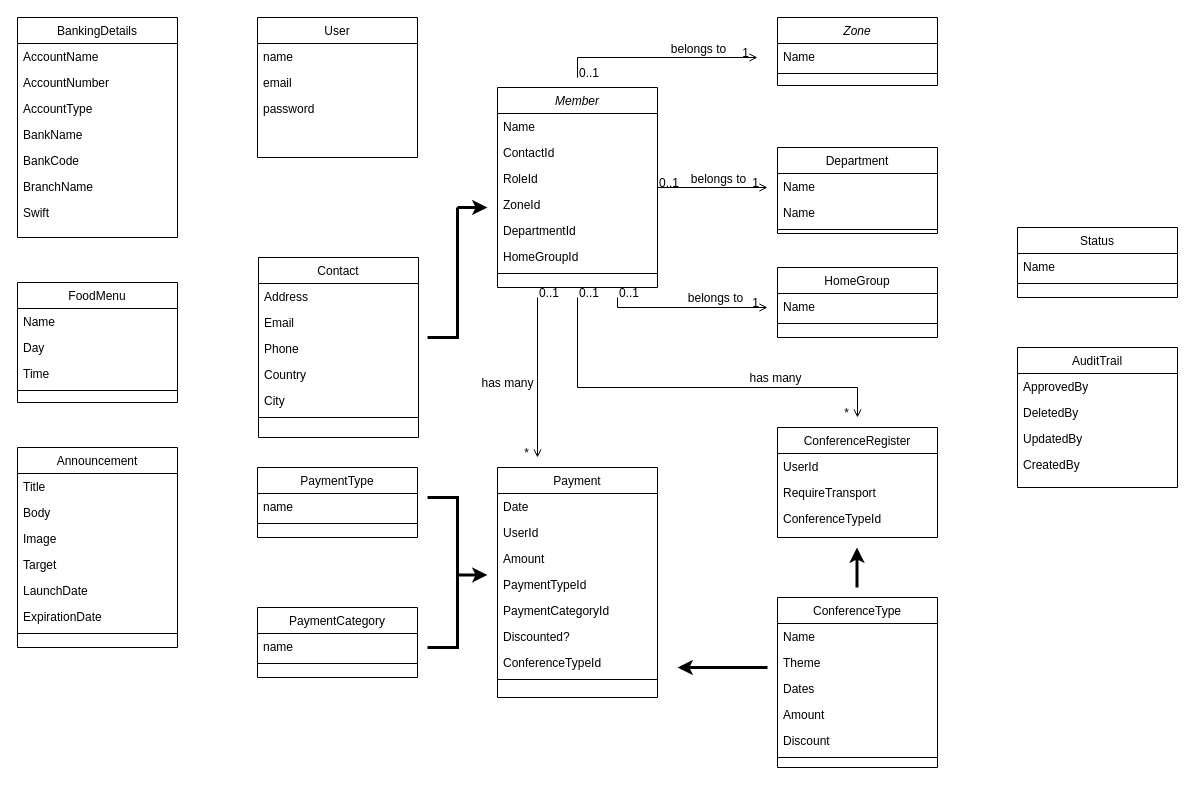
Before: Untitled Diagram.drawio in alphamonline/HIM-Events-App, a draw.io diagram. Source tidied: cells renumbered, new cells numbered last; positions are measured from the earlier drawing's top-left corner, leaving out a move shared by most shapes. Both pictures are drawn from the tidied source at 100%, with x=0, y=0 at pixel (17, 17).
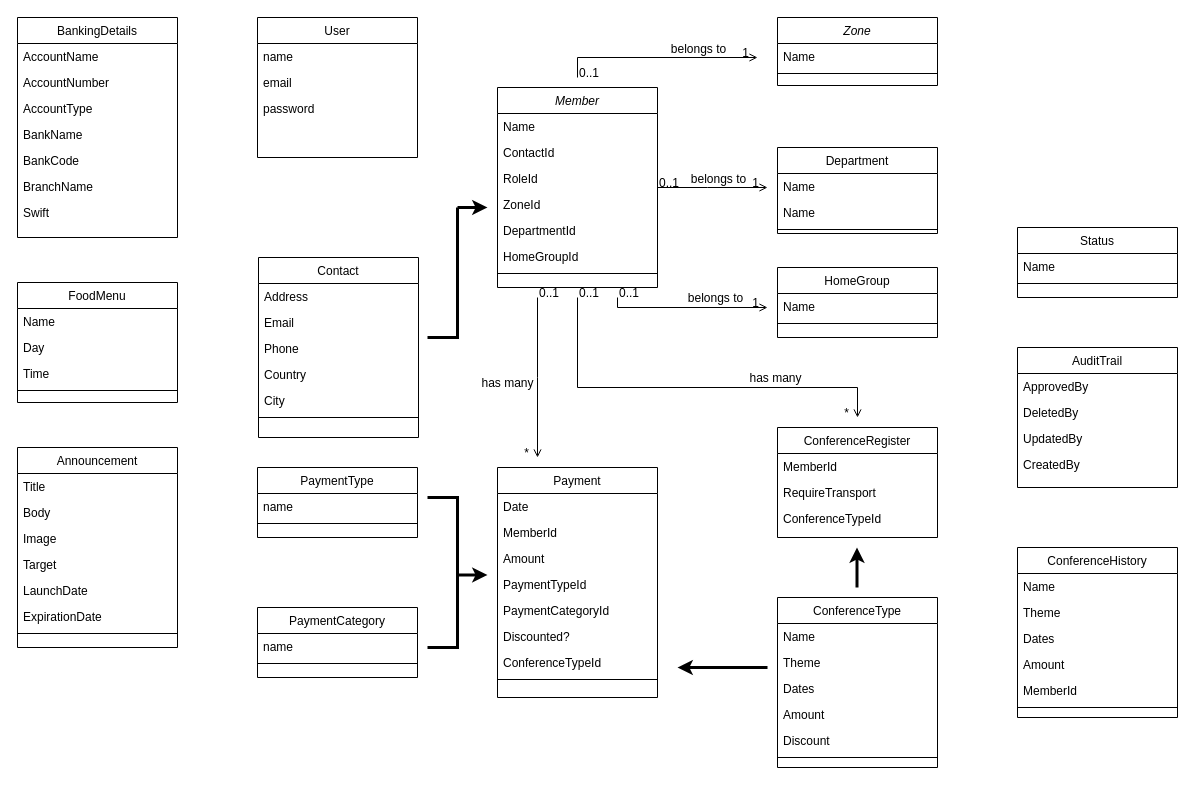
The same page after the edit.

Commit message:
Conference History

Unchanged cells that the change refers to:
```xml
<mxCell id="51" value="Payment" style="swimlane;fontStyle=0;align=center;verticalAlign=top;horizontal=1;startSize=26;rounded=0;shadow=0;strokeWidth=1;" parent="1" vertex="1">
  <mxGeometry x="480" y="450" width="160" height="230" as="geometry" />
</mxCell>
<mxCell id="92" value="ConferenceRegister" style="swimlane;fontStyle=0;align=center;verticalAlign=top;horizontal=1;startSize=26;rounded=0;shadow=0;strokeWidth=1;" parent="1" vertex="1">
  <mxGeometry x="760" y="410" width="160" height="110" as="geometry" />
</mxCell>
```

Change to the diagram source:
```diff
@@
-    <mxCell id="53" value="UserId" style="text;align=left;verticalAlign=top;spacingLeft=4;spacingRight=4;overflow=hidden;rounded=0;shadow=0;html=0;" parent="51" vertex="1">
+    <mxCell id="53" value="MemberId" style="text;align=left;verticalAlign=top;spacingLeft=4;spacingRight=4;overflow=hidden;rounded=0;shadow=0;html=0;" parent="51" vertex="1">
       <mxGeometry y="52" width="160" height="26" as="geometry" />
     </mxCell>
@@
-    <mxCell id="93" value="UserId" style="text;align=left;verticalAlign=top;spacingLeft=4;spacingRight=4;overflow=hidden;" parent="92" vertex="1">
+    <mxCell id="93" value="MemberId" style="text;align=left;verticalAlign=top;spacingLeft=4;spacingRight=4;overflow=hidden;" parent="92" vertex="1">
       <mxGeometry y="26" width="160" height="26" as="geometry" />
     </mxCell>
@@
+    <mxCell id="113" value="ConferenceHistory" style="swimlane;fontStyle=0;align=center;verticalAlign=top;horizontal=1;startSize=26;rounded=0;shadow=0;strokeWidth=1;" parent="1" vertex="1">
+      <mxGeometry x="1000" y="530" width="160" height="170" as="geometry" />
+    </mxCell>
+    <mxCell id="114" value="Name" style="text;align=left;verticalAlign=top;spacingLeft=4;spacingRight=4;overflow=hidden;" parent="113" vertex="1">
+      <mxGeometry y="26" width="160" height="26" as="geometry" />
+    </mxCell>
+    <mxCell id="115" value="Theme" style="text;align=left;verticalAlign=top;spacingLeft=4;spacingRight=4;overflow=hidden;" parent="113" vertex="1">
+      <mxGeometry y="52" width="160" height="26" as="geometry" />
+    </mxCell>
+    <mxCell id="116" value="Dates" style="text;align=left;verticalAlign=top;spacingLeft=4;spacingRight=4;overflow=hidden;" parent="113" vertex="1">
+      <mxGeometry y="78" width="160" height="26" as="geometry" />
+    </mxCell>
+    <mxCell id="117" value="Amount" style="text;align=left;verticalAlign=top;spacingLeft=4;spacingRight=4;overflow=hidden;" parent="113" vertex="1">
+      <mxGeometry y="104" width="160" height="26" as="geometry" />
+    </mxCell>
+    <mxCell id="118" value="MemberId" style="text;align=left;verticalAlign=top;spacingLeft=4;spacingRight=4;overflow=hidden;" parent="113" vertex="1">
+      <mxGeometry y="130" width="160" height="26" as="geometry" />
+    </mxCell>
+    <mxCell id="119" style="line;html=1;strokeWidth=1;align=left;verticalAlign=middle;spacingTop=-1;spacingLeft=3;spacingRight=3;labelPosition=right;" parent="113" vertex="1">
+      <mxGeometry y="156" width="160" height="8" as="geometry" />
+    </mxCell>
```
